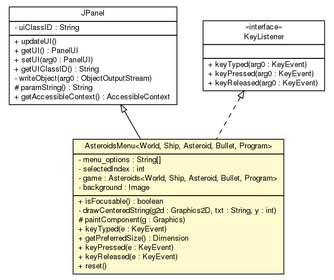
Above: doc/main/AsteroidsMenu.png in sinopeus/asteroids (Graphviz), before the change. Its source is kept beside it as doc/main/AsteroidsMenu.dot.
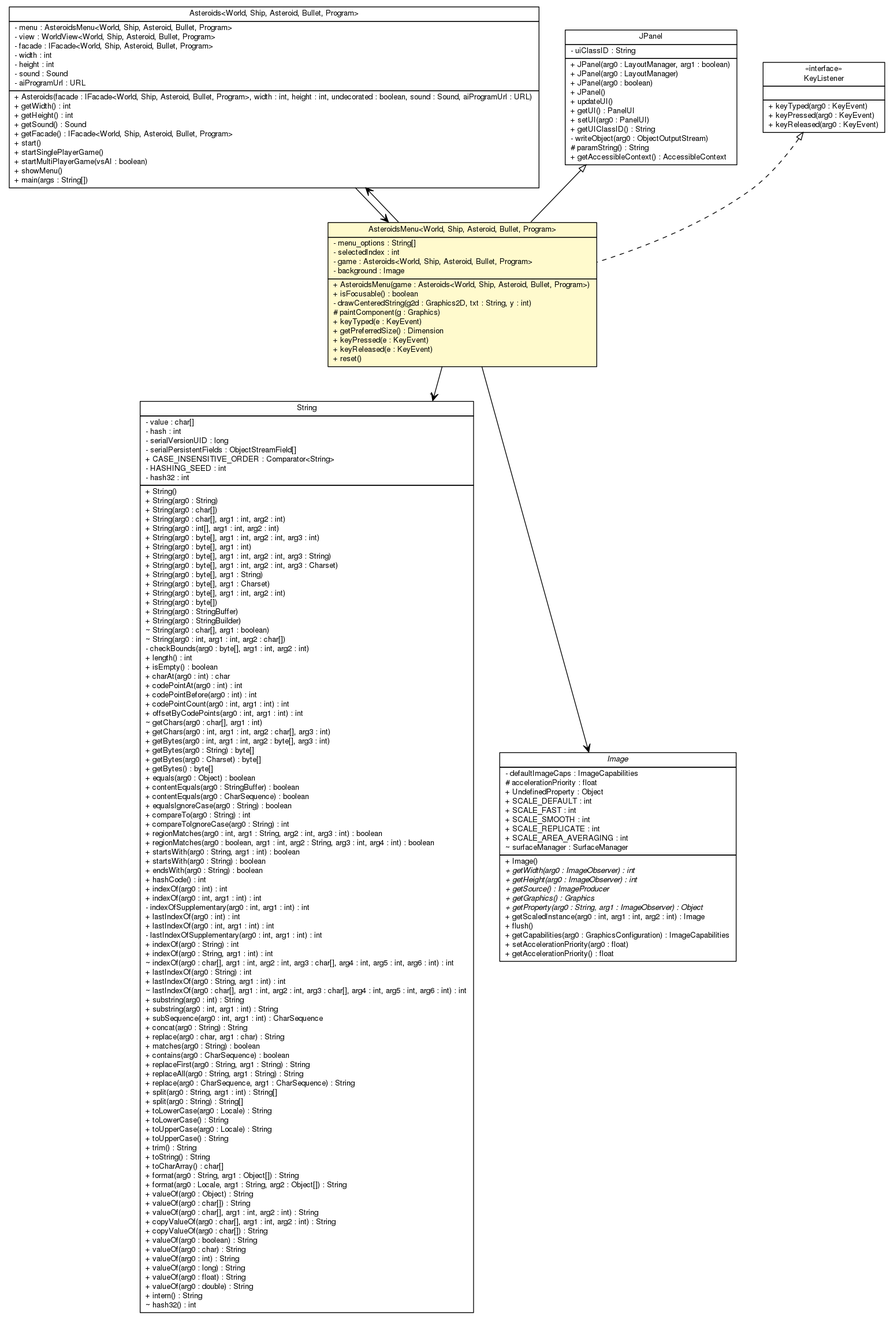
The same diagram one commit later.

The edit, as a diff of the source:
```diff
@@ -4,7 +4,33 @@
 	node [fontname="Helvetica",fontsize=10,shape=plaintext];
 	nodesep=0.25;
 	ranksep=0.5;
-	c3649 [label=<<table title="main.AsteroidsMenu" border="0" cellborder="1" cellspacing="0" cellpadding="2" port="p" bgcolor="lemonChiffon" href="./AsteroidsMenu.html">
+	c3674 [label=<<table title="main.Asteroids" border="0" cellborder="1" cellspacing="0" cellpadding="2" port="p" href="./Asteroids.html">
+		<tr><td><table border="0" cellspacing="0" cellpadding="1">
+<tr><td align="center" balign="center"> Asteroids&lt;World, Ship, Asteroid, Bullet, Program&gt; </td></tr>
+		</table></td></tr>
+		<tr><td><table border="0" cellspacing="0" cellpadding="1">
+<tr><td align="left" balign="left"> - menu : AsteroidsMenu&lt;World, Ship, Asteroid, Bullet, Program&gt; </td></tr>
+<tr><td align="left" balign="left"> - view : WorldView&lt;World, Ship, Asteroid, Bullet, Program&gt; </td></tr>
+<tr><td align="left" balign="left"> - facade : IFacade&lt;World, Ship, Asteroid, Bullet, Program&gt; </td></tr>
+<tr><td align="left" balign="left"> - width : int </td></tr>
+<tr><td align="left" balign="left"> - height : int </td></tr>
+<tr><td align="left" balign="left"> - sound : Sound </td></tr>
+<tr><td align="left" balign="left"> - aiProgramUrl : URL </td></tr>
+		</table></td></tr>
+		<tr><td><table border="0" cellspacing="0" cellpadding="1">
+<tr><td align="left" balign="left"> + Asteroids(facade : IFacade&lt;World, Ship, Asteroid, Bullet, Program&gt;, width : int, height : int, undecorated : boolean, sound : Sound, aiProgramUrl : URL) </td></tr>
+<tr><td align="left" balign="left"> + getWidth() : int </td></tr>
+<tr><td align="left" balign="left"> + getHeight() : int </td></tr>
+<tr><td align="left" balign="left"> + getSound() : Sound </td></tr>
+<tr><td align="left" balign="left"> + getFacade() : IFacade&lt;World, Ship, Asteroid, Bullet, Program&gt; </td></tr>
+<tr><td align="left" balign="left"> + start() </td></tr>
+<tr><td align="left" balign="left"> + startSinglePlayerGame() </td></tr>
+<tr><td align="left" balign="left"> + startMultiPlayerGame(vsAI : boolean) </td></tr>
+<tr><td align="left" balign="left"> + showMenu() </td></tr>
+<tr><td align="left" balign="left"> + main(args : String[]) </td></tr>
+		</table></td></tr>
+		</table>>, URL="./Asteroids.html", fontname="Helvetica", fontcolor="black", fontsize=10.0];
+	c3678 [label=<<table title="main.AsteroidsMenu" border="0" cellborder="1" cellspacing="0" cellpadding="2" port="p" bgcolor="lemonChiffon" href="./AsteroidsMenu.html">
 		<tr><td><table border="0" cellspacing="0" cellpadding="1">
 <tr><td align="center" balign="center"> AsteroidsMenu&lt;World, Ship, Asteroid, Bullet, Program&gt; </td></tr>
 		</table></td></tr>
@@ -15,6 +41,7 @@
 <tr><td align="left" balign="left"> - background : Image </td></tr>
 		</table></td></tr>
 		<tr><td><table border="0" cellspacing="0" cellpadding="1">
+<tr><td align="left" balign="left"> + AsteroidsMenu(game : Asteroids&lt;World, Ship, Asteroid, Bullet, Program&gt;) </td></tr>
 <tr><td align="left" balign="left"> + isFocusable() : boolean </td></tr>
 <tr><td align="left" balign="left"> - drawCenteredString(g2d : Graphics2D, txt : String, y : int) </td></tr>
 <tr><td align="left" balign="left"> # paintComponent(g : Graphics) </td></tr>
@@ -25,9 +52,13 @@
 <tr><td align="left" balign="left"> + reset() </td></tr>
 		</table></td></tr>
 		</table>>, URL="./AsteroidsMenu.html", fontname="Helvetica", fontcolor="black", fontsize=10.0];
-	c3768:p -> c3649:p [dir=back,arrowtail=empty];
-	c3770:p -> c3649:p [dir=back,arrowtail=empty,style=dashed];
-	c3768 [label=<<table title="javax.swing.JPanel" border="0" cellborder="1" cellspacing="0" cellpadding="2" port="p" href="http://java.sun.com/j2se/1.4.2/docs/api/javax/swing/JPanel.html">
+	c3796:p -> c3678:p [dir=back,arrowtail=empty];
+	c3797:p -> c3678:p [dir=back,arrowtail=empty,style=dashed];
+	c3674:p -> c3678:p [taillabel="", label="", headlabel="", fontname="Helvetica", fontcolor="black", fontsize=10.0, color="black", arrowhead=open];
+	c3678:p -> c3798:p [taillabel="", label="", headlabel="*", fontname="Helvetica", fontcolor="black", fontsize=10.0, color="black", arrowhead=open];
+	c3678:p -> c3674:p [taillabel="", label="", headlabel="", fontname="Helvetica", fontcolor="black", fontsize=10.0, color="black", arrowhead=open];
+	c3678:p -> c3799:p [taillabel="", label="", headlabel="", fontname="Helvetica", fontcolor="black", fontsize=10.0, color="black", arrowhead=open];
+	c3796 [label=<<table title="javax.swing.JPanel" border="0" cellborder="1" cellspacing="0" cellpadding="2" port="p" href="http://java.sun.com/j2se/1.4.2/docs/api/javax/swing/JPanel.html">
 		<tr><td><table border="0" cellspacing="0" cellpadding="1">
 <tr><td align="center" balign="center"> JPanel </td></tr>
 		</table></td></tr>
@@ -35,6 +66,10 @@
 <tr><td align="left" balign="left"> - uiClassID : String </td></tr>
 		</table></td></tr>
 		<tr><td><table border="0" cellspacing="0" cellpadding="1">
+<tr><td align="left" balign="left"> + JPanel(arg0 : LayoutManager, arg1 : boolean) </td></tr>
+<tr><td align="left" balign="left"> + JPanel(arg0 : LayoutManager) </td></tr>
+<tr><td align="left" balign="left"> + JPanel(arg0 : boolean) </td></tr>
+<tr><td align="left" balign="left"> + JPanel() </td></tr>
 <tr><td align="left" balign="left"> + updateUI() </td></tr>
 <tr><td align="left" balign="left"> + getUI() : PanelUI </td></tr>
 <tr><td align="left" balign="left"> + setUI(arg0 : PanelUI) </td></tr>
@@ -44,7 +79,7 @@
 <tr><td align="left" balign="left"> + getAccessibleContext() : AccessibleContext </td></tr>
 		</table></td></tr>
 		</table>>, URL="http://java.sun.com/j2se/1.4.2/docs/api/javax/swing/JPanel.html", fontname="Helvetica", fontcolor="black", fontsize=10.0];
-	c3770 [label=<<table title="java.awt.event.KeyListener" border="0" cellborder="1" cellspacing="0" cellpadding="2" port="p" href="http://java.sun.com/j2se/1.4.2/docs/api/java/awt/event/KeyListener.html">
+	c3797 [label=<<table title="java.awt.event.KeyListener" border="0" cellborder="1" cellspacing="0" cellpadding="2" port="p" href="http://java.sun.com/j2se/1.4.2/docs/api/java/awt/event/KeyListener.html">
 		<tr><td><table border="0" cellspacing="0" cellpadding="1">
 <tr><td align="center" balign="center"> &#171;interface&#187; </td></tr>
 <tr><td align="center" balign="center"> KeyListener </td></tr>
@@ -58,4 +93,138 @@
 <tr><td align="left" balign="left"> + keyReleased(arg0 : KeyEvent) </td></tr>
 		</table></td></tr>
 		</table>>, URL="http://java.sun.com/j2se/1.4.2/docs/api/java/awt/event/KeyListener.html", fontname="Helvetica", fontcolor="black", fontsize=10.0];
+	c3798 [label=<<table title="java.lang.String" border="0" cellborder="1" cellspacing="0" cellpadding="2" port="p" href="http://java.sun.com/j2se/1.4.2/docs/api/java/lang/String.html">
+		<tr><td><table border="0" cellspacing="0" cellpadding="1">
+<tr><td align="center" balign="center"> String </td></tr>
+		</table></td></tr>
+		<tr><td><table border="0" cellspacing="0" cellpadding="1">
+<tr><td align="left" balign="left"> - value : char[] </td></tr>
+<tr><td align="left" balign="left"> - hash : int </td></tr>
+<tr><td align="left" balign="left"> - serialVersionUID : long </td></tr>
+<tr><td align="left" balign="left"> - serialPersistentFields : ObjectStreamField[] </td></tr>
+<tr><td align="left" balign="left"> + CASE_INSENSITIVE_ORDER : Comparator&lt;String&gt; </td></tr>
+<tr><td align="left" balign="left"> - HASHING_SEED : int </td></tr>
+<tr><td align="left" balign="left"> - hash32 : int </td></tr>
+		</table></td></tr>
+		<tr><td><table border="0" cellspacing="0" cellpadding="1">
+<tr><td align="left" balign="left"> + String() </td></tr>
+<tr><td align="left" balign="left"> + String(arg0 : String) </td></tr>
+<tr><td align="left" balign="left"> + String(arg0 : char[]) </td></tr>
+<tr><td align="left" balign="left"> + String(arg0 : char[], arg1 : int, arg2 : int) </td></tr>
+<tr><td align="left" balign="left"> + String(arg0 : int[], arg1 : int, arg2 : int) </td></tr>
+<tr><td align="left" balign="left"> + String(arg0 : byte[], arg1 : int, arg2 : int, arg3 : int) </td></tr>
+<tr><td align="left" balign="left"> + String(arg0 : byte[], arg1 : int) </td></tr>
+<tr><td align="left" balign="left"> + String(arg0 : byte[], arg1 : int, arg2 : int, arg3 : String) </td></tr>
+<tr><td align="left" balign="left"> + String(arg0 : byte[], arg1 : int, arg2 : int, arg3 : Charset) </td></tr>
+<tr><td align="left" balign="left"> + String(arg0 : byte[], arg1 : String) </td></tr>
+<tr><td align="left" balign="left"> + String(arg0 : byte[], arg1 : Charset) </td></tr>
+<tr><td align="left" balign="left"> + String(arg0 : byte[], arg1 : int, arg2 : int) </td></tr>
+<tr><td align="left" balign="left"> + String(arg0 : byte[]) </td></tr>
+<tr><td align="left" balign="left"> + String(arg0 : StringBuffer) </td></tr>
+<tr><td align="left" balign="left"> + String(arg0 : StringBuilder) </td></tr>
+<tr><td align="left" balign="left"> ~ String(arg0 : char[], arg1 : boolean) </td></tr>
+<tr><td align="left" balign="left"> ~ String(arg0 : int, arg1 : int, arg2 : char[]) </td></tr>
+<tr><td align="left" balign="left"> - checkBounds(arg0 : byte[], arg1 : int, arg2 : int) </td></tr>
+<tr><td align="left" balign="left"> + length() : int </td></tr>
+<tr><td align="left" balign="left"> + isEmpty() : boolean </td></tr>
+<tr><td align="left" balign="left"> + charAt(arg0 : int) : char </td></tr>
+<tr><td align="left" balign="left"> + codePointAt(arg0 : int) : int </td></tr>
+<tr><td align="left" balign="left"> + codePointBefore(arg0 : int) : int </td></tr>
+<tr><td align="left" balign="left"> + codePointCount(arg0 : int, arg1 : int) : int </td></tr>
+<tr><td align="left" balign="left"> + offsetByCodePoints(arg0 : int, arg1 : int) : int </td></tr>
+<tr><td align="left" balign="left"> ~ getChars(arg0 : char[], arg1 : int) </td></tr>
+<tr><td align="left" balign="left"> + getChars(arg0 : int, arg1 : int, arg2 : char[], arg3 : int) </td></tr>
+<tr><td align="left" balign="left"> + getBytes(arg0 : int, arg1 : int, arg2 : byte[], arg3 : int) </td></tr>
+<tr><td align="left" balign="left"> + getBytes(arg0 : String) : byte[] </td></tr>
+<tr><td align="left" balign="left"> + getBytes(arg0 : Charset) : byte[] </td></tr>
+<tr><td align="left" balign="left"> + getBytes() : byte[] </td></tr>
+<tr><td align="left" balign="left"> + equals(arg0 : Object) : boolean </td></tr>
+<tr><td align="left" balign="left"> + contentEquals(arg0 : StringBuffer) : boolean </td></tr>
+<tr><td align="left" balign="left"> + contentEquals(arg0 : CharSequence) : boolean </td></tr>
+<tr><td align="left" balign="left"> + equalsIgnoreCase(arg0 : String) : boolean </td></tr>
+<tr><td align="left" balign="left"> + compareTo(arg0 : String) : int </td></tr>
+<tr><td align="left" balign="left"> + compareToIgnoreCase(arg0 : String) : int </td></tr>
+<tr><td align="left" balign="left"> + regionMatches(arg0 : int, arg1 : String, arg2 : int, arg3 : int) : boolean </td></tr>
+<tr><td align="left" balign="left"> + regionMatches(arg0 : boolean, arg1 : int, arg2 : String, arg3 : int, arg4 : int) : boolean </td></tr>
+<tr><td align="left" balign="left"> + startsWith(arg0 : String, arg1 : int) : boolean </td></tr>
+<tr><td align="left" balign="left"> + startsWith(arg0 : String) : boolean </td></tr>
+<tr><td align="left" balign="left"> + endsWith(arg0 : String) : boolean </td></tr>
+<tr><td align="left" balign="left"> + hashCode() : int </td></tr>
+<tr><td align="left" balign="left"> + indexOf(arg0 : int) : int </td></tr>
+<tr><td align="left" balign="left"> + indexOf(arg0 : int, arg1 : int) : int </td></tr>
+<tr><td align="left" balign="left"> - indexOfSupplementary(arg0 : int, arg1 : int) : int </td></tr>
+<tr><td align="left" balign="left"> + lastIndexOf(arg0 : int) : int </td></tr>
+<tr><td align="left" balign="left"> + lastIndexOf(arg0 : int, arg1 : int) : int </td></tr>
+<tr><td align="left" balign="left"> - lastIndexOfSupplementary(arg0 : int, arg1 : int) : int </td></tr>
+<tr><td align="left" balign="left"> + indexOf(arg0 : String) : int </td></tr>
+<tr><td align="left" balign="left"> + indexOf(arg0 : String, arg1 : int) : int </td></tr>
+<tr><td align="left" balign="left"> ~ indexOf(arg0 : char[], arg1 : int, arg2 : int, arg3 : char[], arg4 : int, arg5 : int, arg6 : int) : int </td></tr>
+<tr><td align="left" balign="left"> + lastIndexOf(arg0 : String) : int </td></tr>
+<tr><td align="left" balign="left"> + lastIndexOf(arg0 : String, arg1 : int) : int </td></tr>
+<tr><td align="left" balign="left"> ~ lastIndexOf(arg0 : char[], arg1 : int, arg2 : int, arg3 : char[], arg4 : int, arg5 : int, arg6 : int) : int </td></tr>
+<tr><td align="left" balign="left"> + substring(arg0 : int) : String </td></tr>
+<tr><td align="left" balign="left"> + substring(arg0 : int, arg1 : int) : String </td></tr>
+<tr><td align="left" balign="left"> + subSequence(arg0 : int, arg1 : int) : CharSequence </td></tr>
+<tr><td align="left" balign="left"> + concat(arg0 : String) : String </td></tr>
+<tr><td align="left" balign="left"> + replace(arg0 : char, arg1 : char) : String </td></tr>
+<tr><td align="left" balign="left"> + matches(arg0 : String) : boolean </td></tr>
+<tr><td align="left" balign="left"> + contains(arg0 : CharSequence) : boolean </td></tr>
+<tr><td align="left" balign="left"> + replaceFirst(arg0 : String, arg1 : String) : String </td></tr>
+<tr><td align="left" balign="left"> + replaceAll(arg0 : String, arg1 : String) : String </td></tr>
+<tr><td align="left" balign="left"> + replace(arg0 : CharSequence, arg1 : CharSequence) : String </td></tr>
+<tr><td align="left" balign="left"> + split(arg0 : String, arg1 : int) : String[] </td></tr>
+<tr><td align="left" balign="left"> + split(arg0 : String) : String[] </td></tr>
+<tr><td align="left" balign="left"> + toLowerCase(arg0 : Locale) : String </td></tr>
+<tr><td align="left" balign="left"> + toLowerCase() : String </td></tr>
+<tr><td align="left" balign="left"> + toUpperCase(arg0 : Locale) : String </td></tr>
+<tr><td align="left" balign="left"> + toUpperCase() : String </td></tr>
+<tr><td align="left" balign="left"> + trim() : String </td></tr>
+<tr><td align="left" balign="left"> + toString() : String </td></tr>
+<tr><td align="left" balign="left"> + toCharArray() : char[] </td></tr>
+<tr><td align="left" balign="left"> + format(arg0 : String, arg1 : Object[]) : String </td></tr>
+<tr><td align="left" balign="left"> + format(arg0 : Locale, arg1 : String, arg2 : Object[]) : String </td></tr>
+<tr><td align="left" balign="left"> + valueOf(arg0 : Object) : String </td></tr>
+<tr><td align="left" balign="left"> + valueOf(arg0 : char[]) : String </td></tr>
+<tr><td align="left" balign="left"> + valueOf(arg0 : char[], arg1 : int, arg2 : int) : String </td></tr>
+<tr><td align="left" balign="left"> + copyValueOf(arg0 : char[], arg1 : int, arg2 : int) : String </td></tr>
+<tr><td align="left" balign="left"> + copyValueOf(arg0 : char[]) : String </td></tr>
+<tr><td align="left" balign="left"> + valueOf(arg0 : boolean) : String </td></tr>
+<tr><td align="left" balign="left"> + valueOf(arg0 : char) : String </td></tr>
+<tr><td align="left" balign="left"> + valueOf(arg0 : int) : String </td></tr>
+<tr><td align="left" balign="left"> + valueOf(arg0 : long) : String </td></tr>
+<tr><td align="left" balign="left"> + valueOf(arg0 : float) : String </td></tr>
+<tr><td align="left" balign="left"> + valueOf(arg0 : double) : String </td></tr>
+<tr><td align="left" balign="left"> + intern() : String </td></tr>
+<tr><td align="left" balign="left"> ~ hash32() : int </td></tr>
+		</table></td></tr>
+		</table>>, URL="http://java.sun.com/j2se/1.4.2/docs/api/java/lang/String.html", fontname="Helvetica", fontcolor="black", fontsize=10.0];
+	c3799 [label=<<table title="java.awt.Image" border="0" cellborder="1" cellspacing="0" cellpadding="2" port="p" href="http://java.sun.com/j2se/1.4.2/docs/api/java/awt/Image.html">
+		<tr><td><table border="0" cellspacing="0" cellpadding="1">
+<tr><td align="center" balign="center"><font face="Helvetica-Oblique"> Image </font></td></tr>
+		</table></td></tr>
+		<tr><td><table border="0" cellspacing="0" cellpadding="1">
+<tr><td align="left" balign="left"> - defaultImageCaps : ImageCapabilities </td></tr>
+<tr><td align="left" balign="left"> # accelerationPriority : float </td></tr>
+<tr><td align="left" balign="left"> + UndefinedProperty : Object </td></tr>
+<tr><td align="left" balign="left"> + SCALE_DEFAULT : int </td></tr>
+<tr><td align="left" balign="left"> + SCALE_FAST : int </td></tr>
+<tr><td align="left" balign="left"> + SCALE_SMOOTH : int </td></tr>
+<tr><td align="left" balign="left"> + SCALE_REPLICATE : int </td></tr>
+<tr><td align="left" balign="left"> + SCALE_AREA_AVERAGING : int </td></tr>
+<tr><td align="left" balign="left"> ~ surfaceManager : SurfaceManager </td></tr>
+		</table></td></tr>
+		<tr><td><table border="0" cellspacing="0" cellpadding="1">
+<tr><td align="left" balign="left"> + Image() </td></tr>
+<tr><td align="left" balign="left"><font face="Helvetica-Oblique" point-size="10.0"> + getWidth(arg0 : ImageObserver) : int </font></td></tr>
+<tr><td align="left" balign="left"><font face="Helvetica-Oblique" point-size="10.0"> + getHeight(arg0 : ImageObserver) : int </font></td></tr>
+<tr><td align="left" balign="left"><font face="Helvetica-Oblique" point-size="10.0"> + getSource() : ImageProducer </font></td></tr>
+<tr><td align="left" balign="left"><font face="Helvetica-Oblique" point-size="10.0"> + getGraphics() : Graphics </font></td></tr>
+<tr><td align="left" balign="left"><font face="Helvetica-Oblique" point-size="10.0"> + getProperty(arg0 : String, arg1 : ImageObserver) : Object </font></td></tr>
+<tr><td align="left" balign="left"> + getScaledInstance(arg0 : int, arg1 : int, arg2 : int) : Image </td></tr>
+<tr><td align="left" balign="left"> + flush() </td></tr>
+<tr><td align="left" balign="left"> + getCapabilities(arg0 : GraphicsConfiguration) : ImageCapabilities </td></tr>
+<tr><td align="left" balign="left"> + setAccelerationPriority(arg0 : float) </td></tr>
+<tr><td align="left" balign="left"> + getAccelerationPriority() : float </td></tr>
+		</table></td></tr>
+		</table>>, URL="http://java.sun.com/j2se/1.4.2/docs/api/java/awt/Image.html", fontname="Helvetica", fontcolor="black", fontsize=10.0];
 }
```
